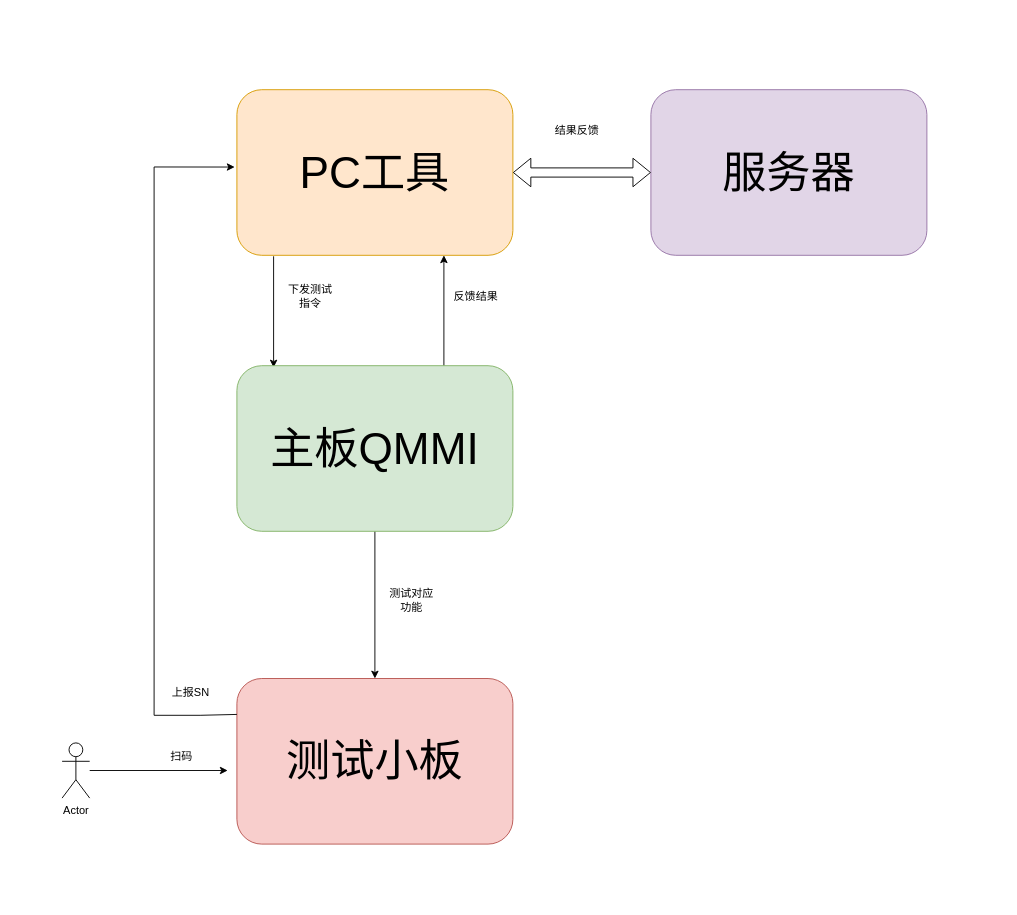
Earlier version of the draw.io diagram 沃特沃德小板测试.drawio (liangchaojiang/WindowsProject1). Source tidied: cells renumbered, new cells numbered last; positions are measured from the earlier drawing's top-left corner, leaving out a move shared by most shapes. Both pictures are drawn from the tidied source at 92%, with x=0, y=0 at pixel (62, 89).
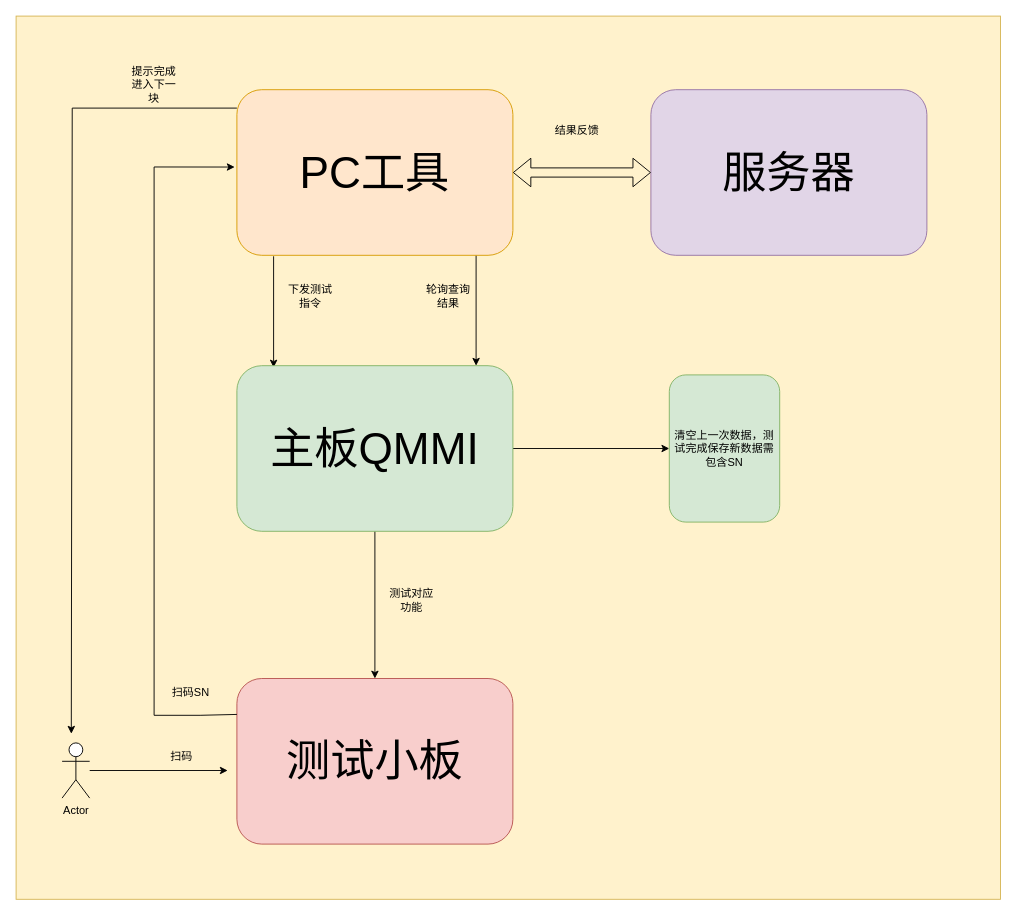
After the change.

Commit message (it also covers changes not shown here):
Update 沃特沃德小板测试.drawio

The change refers to these unchanged cells:
```xml
<mxCell id="3" value="&lt;font style=&quot;font-size: 48px;&quot;&gt;PC工具&lt;/font&gt;" style="rounded=1;whiteSpace=wrap;html=1;fillColor=#ffe6cc;strokeColor=#d79b00;" parent="1" vertex="1">
  <mxGeometry x="190" width="300" height="180" as="geometry" />
</mxCell>
<mxCell id="6" value="&lt;font style=&quot;font-size: 48px;&quot;&gt;主板QMMI&lt;/font&gt;" style="rounded=1;whiteSpace=wrap;html=1;fillColor=#d5e8d4;strokeColor=#82b366;" parent="1" vertex="1">
  <mxGeometry x="190" y="300" width="300" height="180" as="geometry" />
</mxCell>
```

What changed in the source:
```diff
@@
+    <mxCell id="19" style="rounded=0;whiteSpace=wrap;html=1;fillColor=#fff2cc;strokeColor=#d6b656;" parent="1" vertex="1">
+      <mxGeometry x="-50" y="-80" width="1070" height="960" as="geometry" />
+    </mxCell>
@@
+    <mxCell id="20" style="edgeStyle=orthogonalEdgeStyle;rounded=0;orthogonalLoop=1;jettySize=auto;html=1;entryX=0.5;entryY=0;entryDx=0;entryDy=0;" parent="1" edge="1">
+      <mxGeometry relative="1" as="geometry">
+        <mxPoint x="450" y="180" as="sourcePoint" />
+        <mxPoint x="450" y="300" as="targetPoint" />
+      </mxGeometry>
+    </mxCell>
+    <mxCell id="21" style="edgeStyle=orthogonalEdgeStyle;rounded=0;jettySize=auto;html=1;" parent="1" edge="1" source="3">
+      <mxGeometry relative="1" as="geometry">
+        <mxPoint x="10" y="700" as="targetPoint" />
+        <Array as="points">
+          <mxPoint x="11" y="20" />
+        </Array>
+      </mxGeometry>
+    </mxCell>
@@
-    <mxCell id="5" style="edgeStyle=orthogonalEdgeStyle;rounded=0;jettySize=auto;html=1;exitX=0.75;exitY=0;exitDx=0;exitDy=0;entryX=0.75;entryY=1;entryDx=0;entryDy=0;" parent="1" edge="1" source="6" target="3">
-      <mxGeometry relative="1" as="geometry" />
-    </mxCell>
+    <mxCell id="22" style="edgeStyle=orthogonalEdgeStyle;rounded=0;jettySize=auto;html=1;" parent="1" edge="1" source="6" target="24">
+      <mxGeometry relative="1" as="geometry" />
+    </mxCell>
@@
-    <mxCell id="14" value="反馈结果" style="text;html=1;align=center;verticalAlign=middle;whiteSpace=wrap;rounded=0;" parent="1" vertex="1">
-      <mxGeometry x="420" y="210" width="60" height="30" as="geometry" />
+    <mxCell id="14" value="轮询查询结果" style="text;html=1;align=center;verticalAlign=middle;whiteSpace=wrap;rounded=0;" parent="1" vertex="1">
+      <mxGeometry x="390" y="210" width="60" height="30" as="geometry" />
     </mxCell>
@@
-    <mxCell id="18" value="上报SN" style="text;html=1;align=center;verticalAlign=middle;whiteSpace=wrap;rounded=0;" parent="1" vertex="1">
+    <mxCell id="18" value="扫码SN" style="text;html=1;align=center;verticalAlign=middle;whiteSpace=wrap;rounded=0;" parent="1" vertex="1">
       <mxGeometry x="110" y="640" width="60" height="30" as="geometry" />
     </mxCell>
+    <mxCell id="23" value="提示完成进入下一块" style="text;html=1;align=center;verticalAlign=middle;whiteSpace=wrap;rounded=0;" parent="1" vertex="1">
+      <mxGeometry x="70" y="-20" width="60" height="30" as="geometry" />
+    </mxCell>
+    <mxCell id="24" value="清空上一次数据，测试完成保存新数据需包含SN" style="whiteSpace=wrap;html=1;fillColor=#d5e8d4;strokeColor=#82b366;rounded=1;" parent="1" vertex="1">
+      <mxGeometry x="660" y="310" width="120" height="160" as="geometry" />
+    </mxCell>
```
